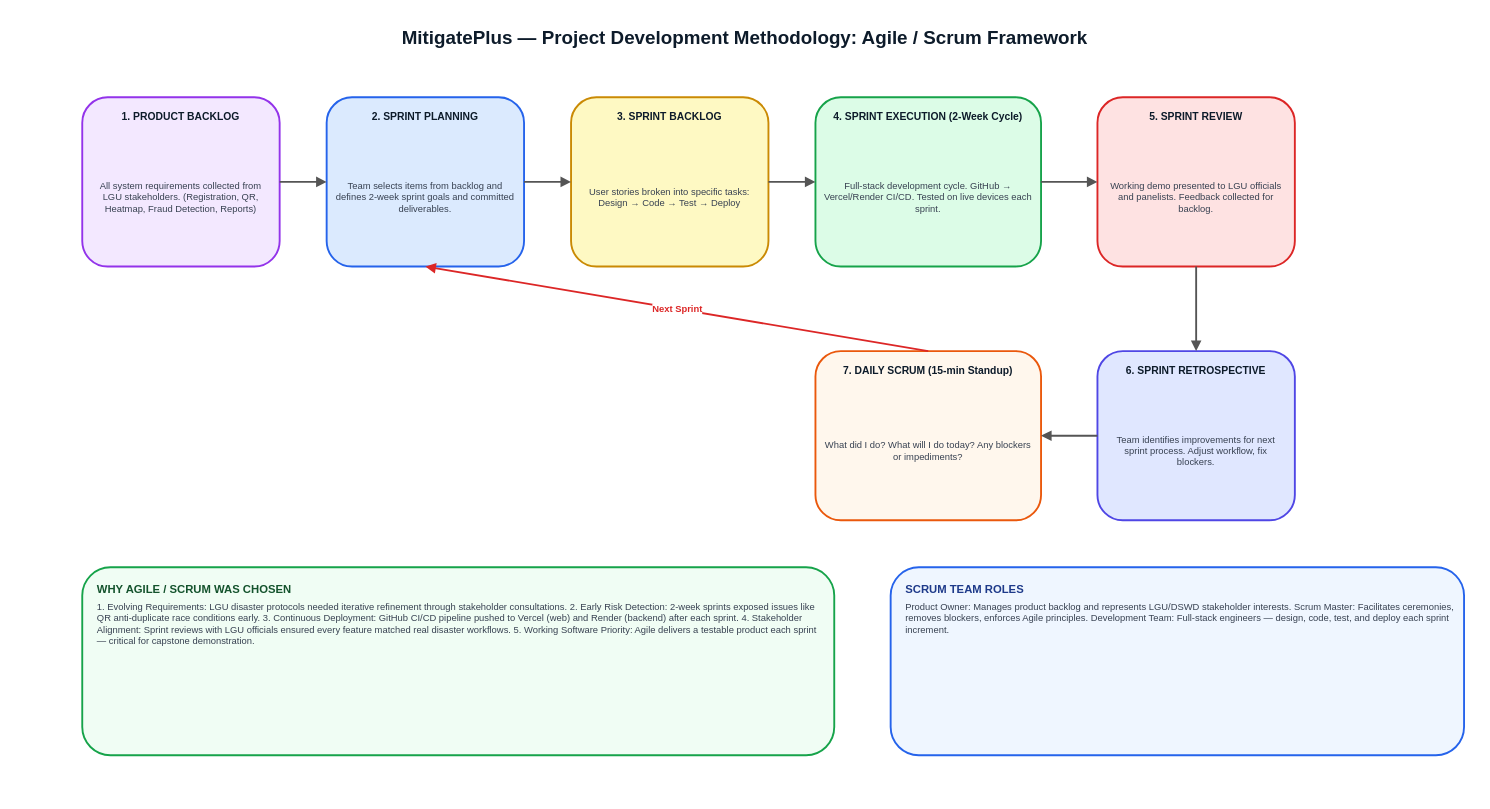
Above: MitigatePlus_Capstone_Diagrams/02_Agile_Scrum_Methodology.drawio in ellicaonggoco/Post-MitigatePlus (draw.io), before the change. Source tidied: cells renumbered, new cells numbered last; positions are measured from the earlier drawing's top-left corner, leaving out a move shared by most shapes. Both pictures are drawn from the tidied source at 94%, with x=0, y=0 at pixel (25, 16).
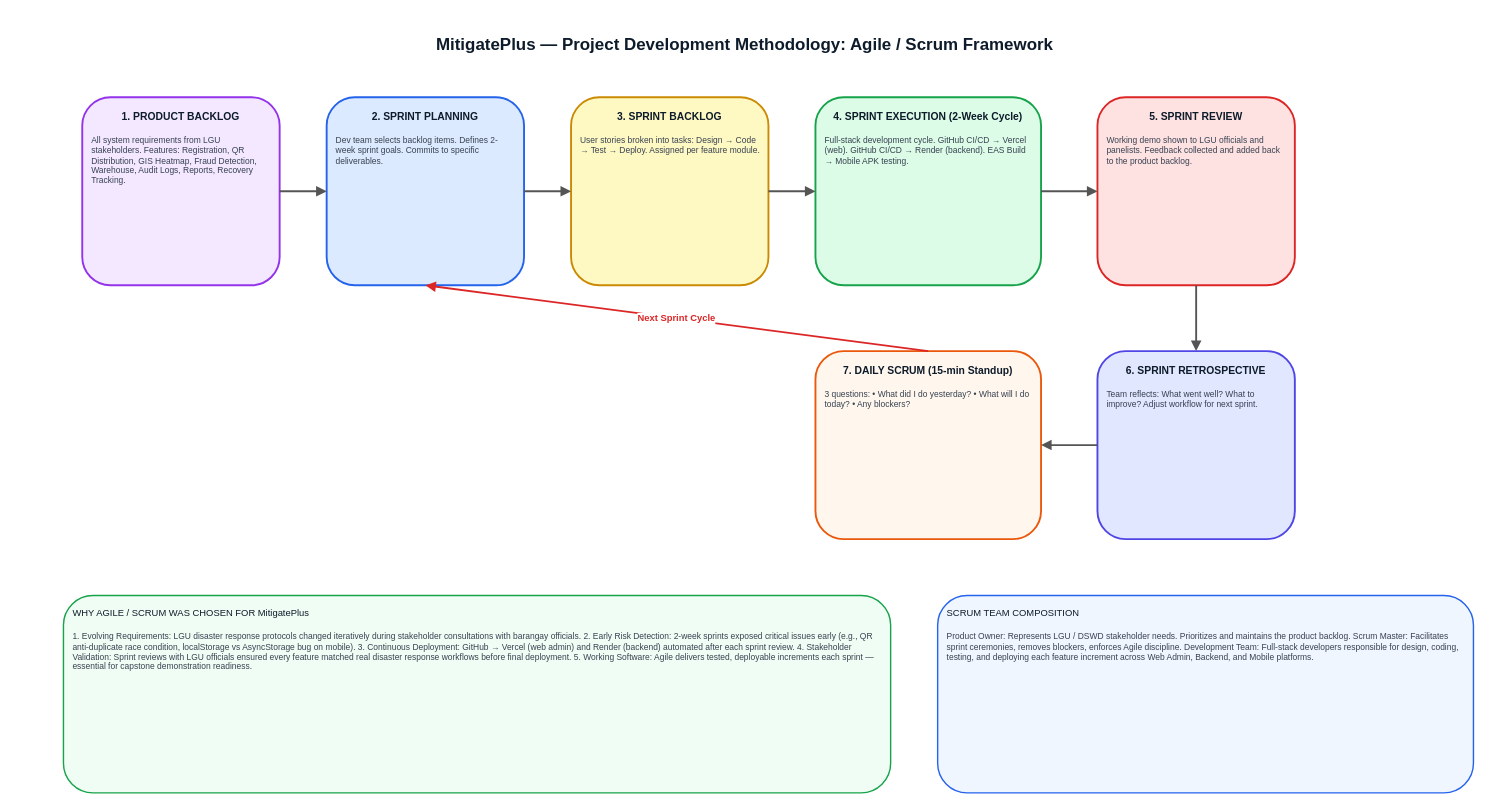
The same page after the edit.

Commit message (it also covers changes not shown here):
docs(diagrams): v4 complete - 100% source-verified against all routes, screens, models - all 11 diagrams rebuilt with full feature coverage

The edit, as a diff of the source:
```diff
@@
-    <mxCell id="2" value="MitigatePlus — Project Development Methodology: Agile / Scrum Framework" style="text;html=0;strokeColor=none;fillColor=none;align=center;verticalAlign=middle;whiteSpace=wrap;fontSize=20;fontStyle=1;fontColor=#0D1B2A;" parent="1" vertex="1">
-      <mxGeometry width="1530" height="44" as="geometry" />
+    <mxCell id="2" value="MitigatePlus — Project Development Methodology: Agile / Scrum Framework" style="text;html=0;strokeColor=none;fillColor=none;align=center;verticalAlign=middle;whiteSpace=wrap;fontSize=18;fontStyle=1;fontColor=#0D1B2A;" parent="1" vertex="1">
+      <mxGeometry x="-10" y="8" width="1550" height="44" as="geometry" />
     </mxCell>
-    <mxCell id="3" value="1. PRODUCT BACKLOG" style="rounded=1;whiteSpace=wrap;html=0;fillColor=#F3E8FF;strokeColor=#9333EA;strokeWidth=2;align=center;verticalAlign=top;spacingTop=8;fontSize=11;fontStyle=1;fontColor=#0D1B2A;" parent="1" vertex="1">
-      <mxGeometry x="60" y="86" width="210" height="180" as="geometry" />
+    <mxCell id="3" value="1. PRODUCT BACKLOG" style="rounded=1;whiteSpace=wrap;html=0;fillColor=#F3E8FF;strokeColor=#9333EA;strokeWidth=2;fontSize=11;fontStyle=1;fontColor=#0D1B2A;align=center;verticalAlign=top;spacingTop=8;" parent="1" vertex="1">
+      <mxGeometry x="60" y="86" width="210" height="200" as="geometry" />
     </mxCell>
-    <mxCell id="4" value="All system requirements collected from LGU stakeholders. (Registration, QR, Heatmap, Fraud Detection, Reports)" style="text;html=0;strokeColor=none;fillColor=none;align=center;verticalAlign=middle;whiteSpace=wrap;fontSize=10;fontColor=#374151;" parent="1" vertex="1">
-      <mxGeometry x="68" y="126" width="194" height="132" as="geometry" />
-    </mxCell>
+    <mxCell id="28" value="All system requirements from LGU stakeholders. Features: Registration, QR Distribution, GIS Heatmap, Fraud Detection, Warehouse, Audit Logs, Reports, Recovery Tracking." style="text;html=0;strokeColor=none;fillColor=none;align=left;verticalAlign=top;whiteSpace=wrap;fontSize=9;fontColor=#374151;" parent="1" vertex="1">
+      <mxGeometry x="68" y="120" width="194" height="160" as="geometry" />
+    </mxCell>
-    <mxCell id="5" value="2. SPRINT PLANNING" style="rounded=1;whiteSpace=wrap;html=0;fillColor=#DBEAFE;strokeColor=#2563EB;strokeWidth=2;align=center;verticalAlign=top;spacingTop=8;fontSize=11;fontStyle=1;fontColor=#0D1B2A;" parent="1" vertex="1">
-      <mxGeometry x="320" y="86" width="210" height="180" as="geometry" />
+    <mxCell id="5" value="2. SPRINT PLANNING" style="rounded=1;whiteSpace=wrap;html=0;fillColor=#DBEAFE;strokeColor=#2563EB;strokeWidth=2;fontSize=11;fontStyle=1;fontColor=#0D1B2A;align=center;verticalAlign=top;spacingTop=8;" parent="1" vertex="1">
+      <mxGeometry x="320" y="86" width="210" height="200" as="geometry" />
     </mxCell>
-    <mxCell id="6" value="Team selects items from backlog and defines 2-week sprint goals and committed deliverables." style="text;html=0;strokeColor=none;fillColor=none;align=center;verticalAlign=middle;whiteSpace=wrap;fontSize=10;fontColor=#374151;" parent="1" vertex="1">
-      <mxGeometry x="328" y="126" width="194" height="132" as="geometry" />
-    </mxCell>
+    <mxCell id="29" value="Dev team selects backlog items. Defines 2-week sprint goals. Commits to specific deliverables." style="text;html=0;strokeColor=none;fillColor=none;align=left;verticalAlign=top;whiteSpace=wrap;fontSize=9;fontColor=#374151;" parent="1" vertex="1">
+      <mxGeometry x="328" y="120" width="194" height="160" as="geometry" />
+    </mxCell>
-    <mxCell id="7" value="3. SPRINT BACKLOG" style="rounded=1;whiteSpace=wrap;html=0;fillColor=#FEF9C3;strokeColor=#CA8A04;strokeWidth=2;align=center;verticalAlign=top;spacingTop=8;fontSize=11;fontStyle=1;fontColor=#0D1B2A;" parent="1" vertex="1">
-      <mxGeometry x="580" y="86" width="210" height="180" as="geometry" />
+    <mxCell id="7" value="3. SPRINT BACKLOG" style="rounded=1;whiteSpace=wrap;html=0;fillColor=#FEF9C3;strokeColor=#CA8A04;strokeWidth=2;fontSize=11;fontStyle=1;fontColor=#0D1B2A;align=center;verticalAlign=top;spacingTop=8;" parent="1" vertex="1">
+      <mxGeometry x="580" y="86" width="210" height="200" as="geometry" />
     </mxCell>
-    <mxCell id="8" value="User stories broken into specific tasks: Design → Code → Test → Deploy" style="text;html=0;strokeColor=none;fillColor=none;align=center;verticalAlign=middle;whiteSpace=wrap;fontSize=10;fontColor=#374151;" parent="1" vertex="1">
-      <mxGeometry x="588" y="126" width="194" height="132" as="geometry" />
-    </mxCell>
+    <mxCell id="30" value="User stories broken into tasks: Design  →  Code  →  Test  →  Deploy. Assigned per feature module." style="text;html=0;strokeColor=none;fillColor=none;align=left;verticalAlign=top;whiteSpace=wrap;fontSize=9;fontColor=#374151;" parent="1" vertex="1">
+      <mxGeometry x="588" y="120" width="194" height="160" as="geometry" />
+    </mxCell>
-    <mxCell id="9" value="4. SPRINT EXECUTION (2-Week Cycle)" style="rounded=1;whiteSpace=wrap;html=0;fillColor=#DCFCE7;strokeColor=#16A34A;strokeWidth=2;align=center;verticalAlign=top;spacingTop=8;fontSize=11;fontStyle=1;fontColor=#0D1B2A;" parent="1" vertex="1">
-      <mxGeometry x="840" y="86" width="240" height="180" as="geometry" />
+    <mxCell id="9" value="4. SPRINT EXECUTION (2-Week Cycle)" style="rounded=1;whiteSpace=wrap;html=0;fillColor=#DCFCE7;strokeColor=#16A34A;strokeWidth=2;fontSize=11;fontStyle=1;fontColor=#0D1B2A;align=center;verticalAlign=top;spacingTop=8;" parent="1" vertex="1">
+      <mxGeometry x="840" y="86" width="240" height="200" as="geometry" />
     </mxCell>
-    <mxCell id="10" value="Full-stack development cycle. GitHub → Vercel/Render CI/CD. Tested on live devices each sprint." style="text;html=0;strokeColor=none;fillColor=none;align=center;verticalAlign=middle;whiteSpace=wrap;fontSize=10;fontColor=#374151;" parent="1" vertex="1">
-      <mxGeometry x="848" y="126" width="224" height="132" as="geometry" />
-    </mxCell>
+    <mxCell id="31" value="Full-stack development cycle. GitHub CI/CD → Vercel (web). GitHub CI/CD → Render (backend). EAS Build → Mobile APK testing." style="text;html=0;strokeColor=none;fillColor=none;align=left;verticalAlign=top;whiteSpace=wrap;fontSize=9;fontColor=#374151;" parent="1" vertex="1">
+      <mxGeometry x="848" y="120" width="224" height="160" as="geometry" />
+    </mxCell>
-    <mxCell id="11" value="5. SPRINT REVIEW" style="rounded=1;whiteSpace=wrap;html=0;fillColor=#FEE2E2;strokeColor=#DC2626;strokeWidth=2;align=center;verticalAlign=top;spacingTop=8;fontSize=11;fontStyle=1;fontColor=#0D1B2A;" parent="1" vertex="1">
-      <mxGeometry x="1140" y="86" width="210" height="180" as="geometry" />
+    <mxCell id="11" value="5. SPRINT REVIEW" style="rounded=1;whiteSpace=wrap;html=0;fillColor=#FEE2E2;strokeColor=#DC2626;strokeWidth=2;fontSize=11;fontStyle=1;fontColor=#0D1B2A;align=center;verticalAlign=top;spacingTop=8;" parent="1" vertex="1">
+      <mxGeometry x="1140" y="86" width="210" height="200" as="geometry" />
     </mxCell>
-    <mxCell id="12" value="Working demo presented to LGU officials and panelists. Feedback collected for backlog." style="text;html=0;strokeColor=none;fillColor=none;align=center;verticalAlign=middle;whiteSpace=wrap;fontSize=10;fontColor=#374151;" parent="1" vertex="1">
-      <mxGeometry x="1148" y="126" width="194" height="132" as="geometry" />
-    </mxCell>
+    <mxCell id="32" value="Working demo shown to LGU officials and panelists. Feedback collected and added back to the product backlog." style="text;html=0;strokeColor=none;fillColor=none;align=left;verticalAlign=top;whiteSpace=wrap;fontSize=9;fontColor=#374151;" parent="1" vertex="1">
+      <mxGeometry x="1148" y="120" width="194" height="160" as="geometry" />
+    </mxCell>
-    <mxCell id="13" value="6. SPRINT RETROSPECTIVE" style="rounded=1;whiteSpace=wrap;html=0;fillColor=#E0E7FF;strokeColor=#4F46E5;strokeWidth=2;align=center;verticalAlign=top;spacingTop=8;fontSize=11;fontStyle=1;fontColor=#0D1B2A;" parent="1" vertex="1">
-      <mxGeometry x="1140" y="356" width="210" height="180" as="geometry" />
+    <mxCell id="13" value="6. SPRINT RETROSPECTIVE" style="rounded=1;whiteSpace=wrap;html=0;fillColor=#E0E7FF;strokeColor=#4F46E5;strokeWidth=2;fontSize=11;fontStyle=1;fontColor=#0D1B2A;align=center;verticalAlign=top;spacingTop=8;" parent="1" vertex="1">
+      <mxGeometry x="1140" y="356" width="210" height="200" as="geometry" />
     </mxCell>
-    <mxCell id="14" value="Team identifies improvements for next sprint process. Adjust workflow, fix blockers." style="text;html=0;strokeColor=none;fillColor=none;align=center;verticalAlign=middle;whiteSpace=wrap;fontSize=10;fontColor=#374151;" parent="1" vertex="1">
-      <mxGeometry x="1148" y="396" width="194" height="132" as="geometry" />
-    </mxCell>
+    <mxCell id="33" value="Team reflects: What went well? What to improve? Adjust workflow for next sprint." style="text;html=0;strokeColor=none;fillColor=none;align=left;verticalAlign=top;whiteSpace=wrap;fontSize=9;fontColor=#374151;" parent="1" vertex="1">
+      <mxGeometry x="1148" y="390" width="194" height="160" as="geometry" />
+    </mxCell>
-    <mxCell id="15" value="7. DAILY SCRUM (15-min Standup)" style="rounded=1;whiteSpace=wrap;html=0;fillColor=#FFF7ED;strokeColor=#EA580C;strokeWidth=2;align=center;verticalAlign=top;spacingTop=8;fontSize=11;fontStyle=1;fontColor=#0D1B2A;" parent="1" vertex="1">
-      <mxGeometry x="840" y="356" width="240" height="180" as="geometry" />
+    <mxCell id="15" value="7. DAILY SCRUM (15-min Standup)" style="rounded=1;whiteSpace=wrap;html=0;fillColor=#FFF7ED;strokeColor=#EA580C;strokeWidth=2;fontSize=11;fontStyle=1;fontColor=#0D1B2A;align=center;verticalAlign=top;spacingTop=8;" parent="1" vertex="1">
+      <mxGeometry x="840" y="356" width="240" height="200" as="geometry" />
     </mxCell>
-    <mxCell id="16" value="What did I do? What will I do today? Any blockers or impediments?" style="text;html=0;strokeColor=none;fillColor=none;align=center;verticalAlign=middle;whiteSpace=wrap;fontSize=10;fontColor=#374151;" parent="1" vertex="1">
-      <mxGeometry x="848" y="396" width="224" height="132" as="geometry" />
-    </mxCell>
+    <mxCell id="34" value="3 questions: • What did I do yesterday? • What will I do today? • Any blockers?" style="text;html=0;strokeColor=none;fillColor=none;align=left;verticalAlign=top;whiteSpace=wrap;fontSize=9;fontColor=#374151;" parent="1" vertex="1">
+      <mxGeometry x="848" y="390" width="224" height="160" as="geometry" />
+    </mxCell>
@@
-    <mxCell id="23" value="Next Sprint" style="endArrow=block;endFill=1;html=1;strokeWidth=2;strokeColor=#DC2626;fontStyle=1;fontSize=10;fontColor=#DC2626;exitX=0.5;exitY=0;entryX=0.5;entryY=1;curved=1;" parent="1" edge="1" source="15" target="5">
+    <mxCell id="23" value="Next Sprint Cycle" style="endArrow=block;endFill=1;html=1;strokeWidth=2;strokeColor=#DC2626;fontStyle=1;fontSize=10;fontColor=#DC2626;exitX=0.5;exitY=0;entryX=0.5;entryY=1;curved=1;" parent="1" edge="1" source="15" target="5">
       <mxGeometry relative="1" as="geometry" />
     </mxCell>
-    <mxCell id="24" value="WHY AGILE / SCRUM WAS CHOSEN" style="rounded=1;whiteSpace=wrap;html=0;fillColor=#F0FDF4;strokeColor=#16A34A;strokeWidth=2;align=left;verticalAlign=top;spacingLeft=14;spacingTop=10;fontSize=12;fontStyle=1;fontColor=#14532D;" parent="1" vertex="1">
-      <mxGeometry x="60" y="586" width="800" height="200" as="geometry" />
+    <mxCell id="24" value="WHY AGILE / SCRUM WAS CHOSEN FOR MitigatePlus" style="rounded=1;whiteSpace=wrap;html=0;fillColor=#F0FDF4;strokeColor=#16A34A;strokeWidth=1.5;fontSize=10;fontColor=#0D1B2A;align=left;verticalAlign=top;spacingLeft=8;spacingTop=6;" parent="1" vertex="1">
+      <mxGeometry x="40" y="616" width="880" height="210" as="geometry" />
     </mxCell>
-    <mxCell id="25" value="1. Evolving Requirements: LGU disaster protocols needed iterative refinement through stakeholder consultations. 2. Early Risk Detection: 2-week sprints exposed issues like QR anti-duplicate race conditions early. 3. Continuous Deployment: GitHub CI/CD pipeline pushed to Vercel (web) and Render (backend) after each sprint. 4. Stakeholder Alignment: Sprint reviews with LGU officials ensured every feature matched real disaster workflows. 5. Working Software Priority: Agile delivers a testable product each sprint — critical for capstone demonstration." style="text;html=0;strokeColor=none;fillColor=none;align=left;verticalAlign=top;whiteSpace=wrap;fontSize=10;fontColor=#374151;" parent="1" vertex="1">
-      <mxGeometry x="74" y="616" width="775" height="165" as="geometry" />
-    </mxCell>
+    <mxCell id="35" value="1. Evolving Requirements: LGU disaster response protocols changed iteratively during stakeholder consultations with barangay officials. 2. Early Risk Detection: 2-week sprints exposed critical issues early (e.g., QR anti-duplicate race condition, localStorage vs AsyncStorage bug on mobile). 3. Continuous Deployment: GitHub → Vercel (web admin) and Render (backend) automated after each sprint review. 4. Stakeholder Validation: Sprint reviews with LGU officials ensured every feature matched real disaster response workflows before final deployment. 5. Working Software: Agile delivers tested, deployable increments each sprint — essential for capstone demonstration readiness." style="text;html=0;strokeColor=none;fillColor=none;align=left;verticalAlign=top;whiteSpace=wrap;fontSize=9;fontColor=#374151;" parent="1" vertex="1">
+      <mxGeometry x="48" y="648" width="864" height="172" as="geometry" />
+    </mxCell>
-    <mxCell id="26" value="SCRUM TEAM ROLES" style="rounded=1;whiteSpace=wrap;html=0;fillColor=#EFF6FF;strokeColor=#2563EB;strokeWidth=2;align=left;verticalAlign=top;spacingLeft=14;spacingTop=10;fontSize=12;fontStyle=1;fontColor=#1E3A8A;" parent="1" vertex="1">
-      <mxGeometry x="920" y="586" width="610" height="200" as="geometry" />
+    <mxCell id="26" value="SCRUM TEAM COMPOSITION" style="rounded=1;whiteSpace=wrap;html=0;fillColor=#EFF6FF;strokeColor=#2563EB;strokeWidth=1.5;fontSize=10;fontColor=#0D1B2A;align=left;verticalAlign=top;spacingLeft=8;spacingTop=6;" parent="1" vertex="1">
+      <mxGeometry x="970" y="616" width="570" height="210" as="geometry" />
     </mxCell>
-    <mxCell id="27" value="Product Owner: Manages product backlog and represents LGU/DSWD stakeholder interests.  Scrum Master: Facilitates ceremonies, removes blockers, enforces Agile principles.  Development Team: Full-stack engineers — design, code, test, and deploy each sprint increment." style="text;html=0;strokeColor=none;fillColor=none;align=left;verticalAlign=top;whiteSpace=wrap;fontSize=10;fontColor=#374151;" parent="1" vertex="1">
-      <mxGeometry x="934" y="616" width="595" height="165" as="geometry" />
-    </mxCell>
+    <mxCell id="36" value="Product Owner: Represents LGU / DSWD stakeholder needs. Prioritizes and maintains the product backlog.  Scrum Master: Facilitates sprint ceremonies, removes blockers, enforces Agile discipline.  Development Team: Full-stack developers responsible for design, coding, testing, and deploying each feature increment across Web Admin, Backend, and Mobile platforms." style="text;html=0;strokeColor=none;fillColor=none;align=left;verticalAlign=top;whiteSpace=wrap;fontSize=9;fontColor=#374151;" parent="1" vertex="1">
+      <mxGeometry x="978" y="648" width="554" height="172" as="geometry" />
+    </mxCell>
```
